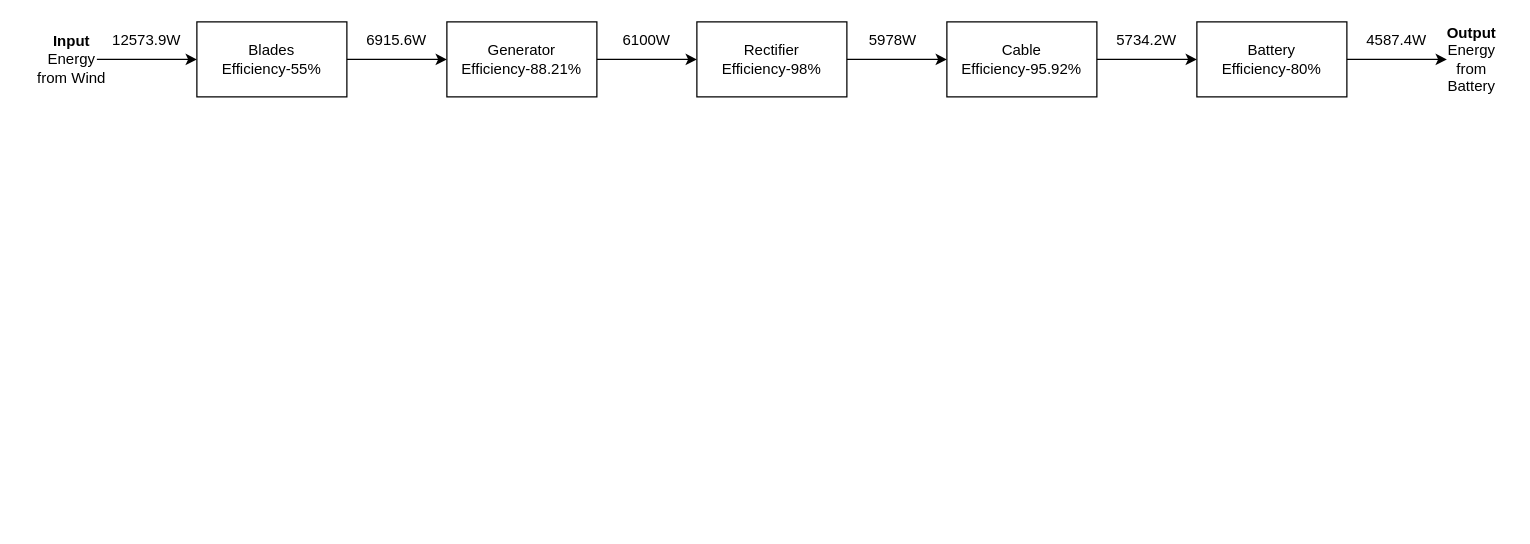
Before: Untitled Diagram.drawio in 21013782/21, a draw.io diagram. Source tidied: cells renumbered, new cells numbered last; positions are measured from the earlier drawing's top-left corner, leaving out a move shared by most shapes. Both pictures are drawn from the tidied source at 125%, with x=0, y=0 at pixel (34, 21).
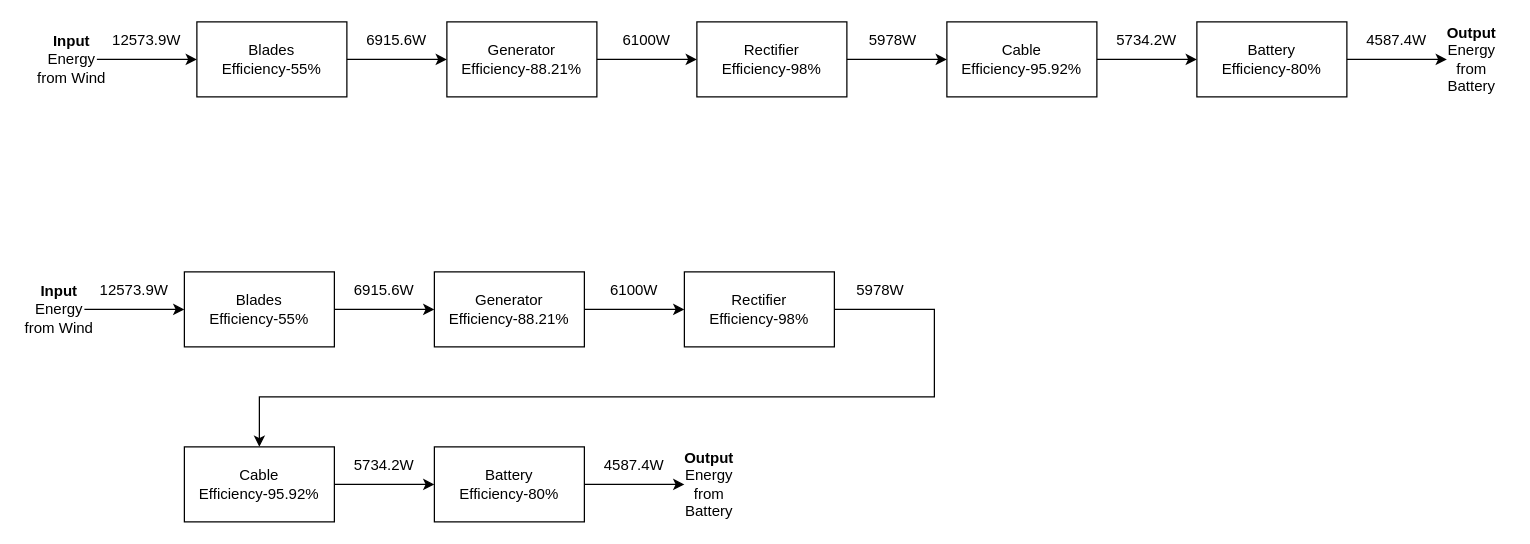
The same diagram, later.

The edit, as a diff of the source:
```diff
@@
+    <mxCell id="26" style="rounded=0;whiteSpace=wrap;html=1;" parent="1" vertex="1">
+      <mxGeometry x="120" y="200" width="120" height="60" as="geometry" />
+    </mxCell>
+    <mxCell id="27" value="Blades&lt;div&gt;Efficiency-55%&lt;/div&gt;" style="text;html=1;align=center;verticalAlign=middle;whiteSpace=wrap;rounded=0;" parent="1" vertex="1">
+      <mxGeometry x="135" y="215" width="90" height="30" as="geometry" />
+    </mxCell>
+    <mxCell id="28" style="endArrow=classic;html=1;rounded=0;entryX=0;entryY=0.5;entryDx=0;entryDy=0;" parent="1" edge="1" target="26">
+      <mxGeometry relative="1" as="geometry">
+        <mxPoint x="40" y="230" as="sourcePoint" />
+      </mxGeometry>
+    </mxCell>
+    <mxCell id="29" style="rounded=0;whiteSpace=wrap;html=1;" parent="1" vertex="1">
+      <mxGeometry x="320" y="200" width="120" height="60" as="geometry" />
+    </mxCell>
+    <mxCell id="30" value="&lt;b&gt;Input&lt;/b&gt;&lt;div&gt;Energy from Wind&lt;/div&gt;" style="text;html=1;align=center;verticalAlign=middle;whiteSpace=wrap;rounded=0;" parent="1" vertex="1">
+      <mxGeometry x="-10" y="215" width="60" height="30" as="geometry" />
+    </mxCell>
+    <mxCell id="31" style="endArrow=classic;html=1;rounded=0;exitX=1;exitY=0.5;exitDx=0;exitDy=0;entryX=0;entryY=0.5;entryDx=0;entryDy=0;" parent="1" edge="1" source="26" target="29">
+      <mxGeometry relative="1" as="geometry" />
+    </mxCell>
+    <mxCell id="32" value="Generator&lt;div&gt;Efficiency-88.21%&lt;/div&gt;" style="text;html=1;align=center;verticalAlign=middle;whiteSpace=wrap;rounded=0;" parent="1" vertex="1">
+      <mxGeometry x="330" y="215" width="100" height="30" as="geometry" />
+    </mxCell>
+    <mxCell id="33" style="rounded=0;whiteSpace=wrap;html=1;" parent="1" vertex="1">
+      <mxGeometry x="520" y="200" width="120" height="60" as="geometry" />
+    </mxCell>
+    <mxCell id="34" style="endArrow=classic;html=1;rounded=0;exitX=1;exitY=0.5;exitDx=0;exitDy=0;entryX=0;entryY=0.5;entryDx=0;entryDy=0;" parent="1" edge="1" source="29" target="33">
+      <mxGeometry relative="1" as="geometry" />
+    </mxCell>
+    <mxCell id="35" value="Rectifier&lt;div&gt;Efficiency-98%&lt;/div&gt;" style="text;html=1;align=center;verticalAlign=middle;whiteSpace=wrap;rounded=0;" parent="1" vertex="1">
+      <mxGeometry x="535" y="215" width="90" height="30" as="geometry" />
+    </mxCell>
+    <mxCell id="36" style="endArrow=classic;html=1;rounded=0;exitX=1;exitY=0.5;exitDx=0;exitDy=0;entryX=0.5;entryY=0;entryDx=0;entryDy=0;" parent="1" edge="1" source="33" target="41">
+      <mxGeometry relative="1" as="geometry">
+        <Array as="points">
+          <mxPoint x="720" y="230" />
+          <mxPoint x="720" y="300" />
+          <mxPoint x="180" y="300" />
+        </Array>
+      </mxGeometry>
+    </mxCell>
+    <mxCell id="37" value="12573.9W" style="text;html=1;align=center;verticalAlign=middle;whiteSpace=wrap;rounded=0;" parent="1" vertex="1">
+      <mxGeometry x="50" y="200" width="60" height="30" as="geometry" />
+    </mxCell>
+    <mxCell id="38" value="6915.6W" style="text;html=1;align=center;verticalAlign=middle;whiteSpace=wrap;rounded=0;" parent="1" vertex="1">
+      <mxGeometry x="250" y="200" width="60" height="30" as="geometry" />
+    </mxCell>
+    <mxCell id="39" value="6100W" style="text;html=1;align=center;verticalAlign=middle;whiteSpace=wrap;rounded=0;" parent="1" vertex="1">
+      <mxGeometry x="450" y="200" width="60" height="30" as="geometry" />
+    </mxCell>
+    <mxCell id="40" value="5978W" style="text;html=1;align=center;verticalAlign=middle;whiteSpace=wrap;rounded=0;" parent="1" vertex="1">
+      <mxGeometry x="647" y="200" width="60" height="30" as="geometry" />
+    </mxCell>
+    <mxCell id="41" style="rounded=0;whiteSpace=wrap;html=1;" parent="1" vertex="1">
+      <mxGeometry x="120" y="340" width="120" height="60" as="geometry" />
+    </mxCell>
+    <mxCell id="42" value="Cable&lt;div&gt;Efficiency-95.92%&lt;/div&gt;" style="text;html=1;align=center;verticalAlign=middle;whiteSpace=wrap;rounded=0;" parent="1" vertex="1">
+      <mxGeometry x="130" y="355" width="100" height="30" as="geometry" />
+    </mxCell>
+    <mxCell id="43" style="rounded=0;whiteSpace=wrap;html=1;" parent="1" vertex="1">
+      <mxGeometry x="320" y="340" width="120" height="60" as="geometry" />
+    </mxCell>
+    <mxCell id="44" value="Battery&lt;div&gt;Efficiency-80%&lt;/div&gt;" style="text;html=1;align=center;verticalAlign=middle;whiteSpace=wrap;rounded=0;" parent="1" vertex="1">
+      <mxGeometry x="335" y="355" width="90" height="30" as="geometry" />
+    </mxCell>
+    <mxCell id="45" style="endArrow=classic;html=1;rounded=0;exitX=1;exitY=0.5;exitDx=0;exitDy=0;entryX=0;entryY=0.5;entryDx=0;entryDy=0;" parent="1" edge="1" source="41" target="43">
+      <mxGeometry relative="1" as="geometry" />
+    </mxCell>
+    <mxCell id="46" value="&lt;b&gt;Output&lt;/b&gt;&lt;div&gt;Energy from Battery&lt;/div&gt;" style="text;html=1;align=center;verticalAlign=middle;whiteSpace=wrap;rounded=0;" parent="1" vertex="1">
+      <mxGeometry x="510" y="355" width="60" height="30" as="geometry" />
+    </mxCell>
+    <mxCell id="47" style="endArrow=classic;html=1;rounded=0;exitX=1;exitY=0.5;exitDx=0;exitDy=0;" parent="1" edge="1" source="43">
+      <mxGeometry relative="1" as="geometry">
+        <mxPoint x="520" y="370" as="targetPoint" />
+      </mxGeometry>
+    </mxCell>
+    <mxCell id="48" value="5734.2W" style="text;html=1;align=center;verticalAlign=middle;whiteSpace=wrap;rounded=0;" parent="1" vertex="1">
+      <mxGeometry x="250" y="340" width="60" height="30" as="geometry" />
+    </mxCell>
+    <mxCell id="49" value="4587.4W" style="text;html=1;align=center;verticalAlign=middle;whiteSpace=wrap;rounded=0;" parent="1" vertex="1">
+      <mxGeometry x="450" y="340" width="60" height="30" as="geometry" />
+    </mxCell>
```
